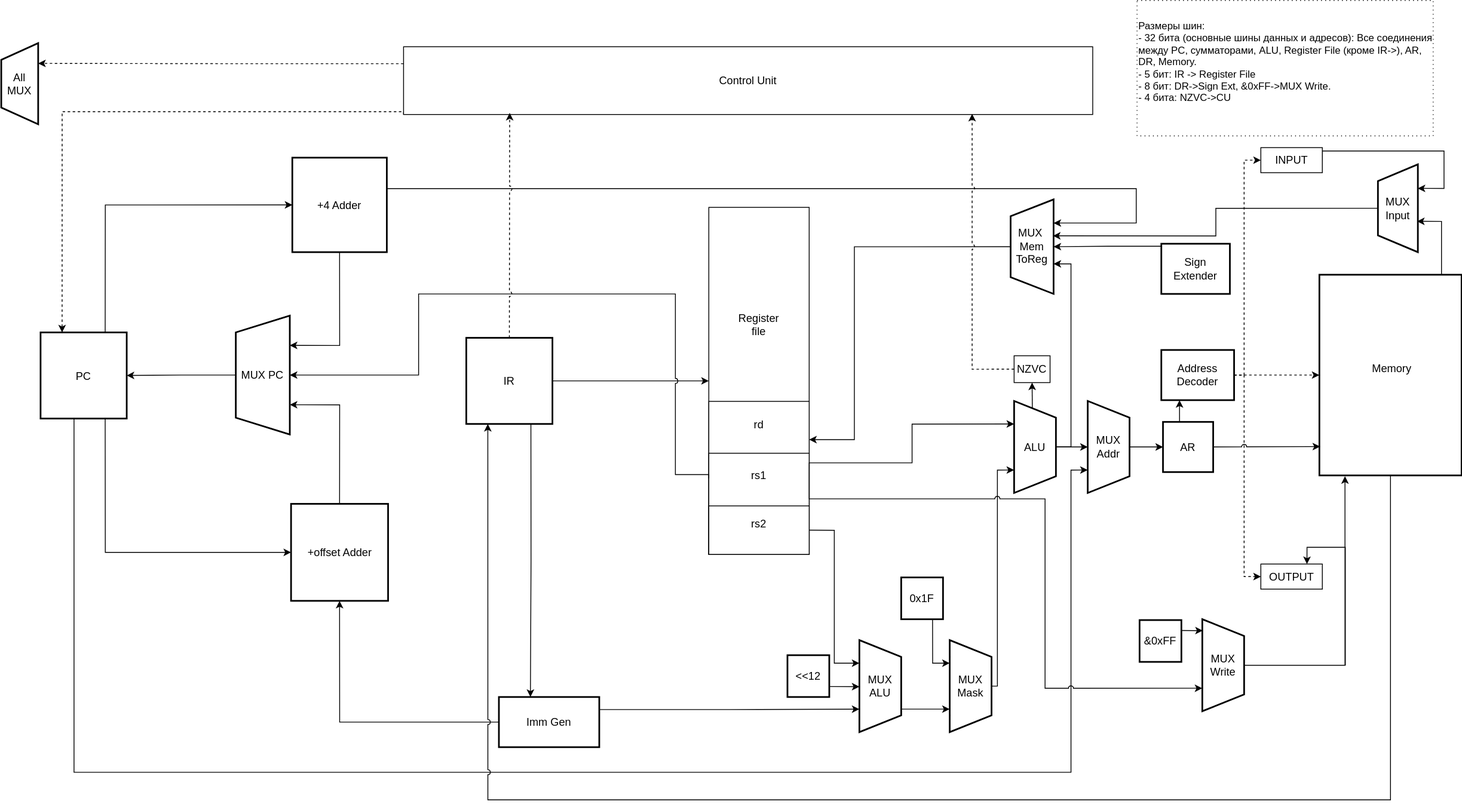
Earlier version of the draw.io export new_vers.drawio.svg (Cass11037/csa-scheme). Source tidied: cells renumbered, new cells last; positions are measured from the earlier drawing's top-left corner, leaving out a move shared by most shapes.
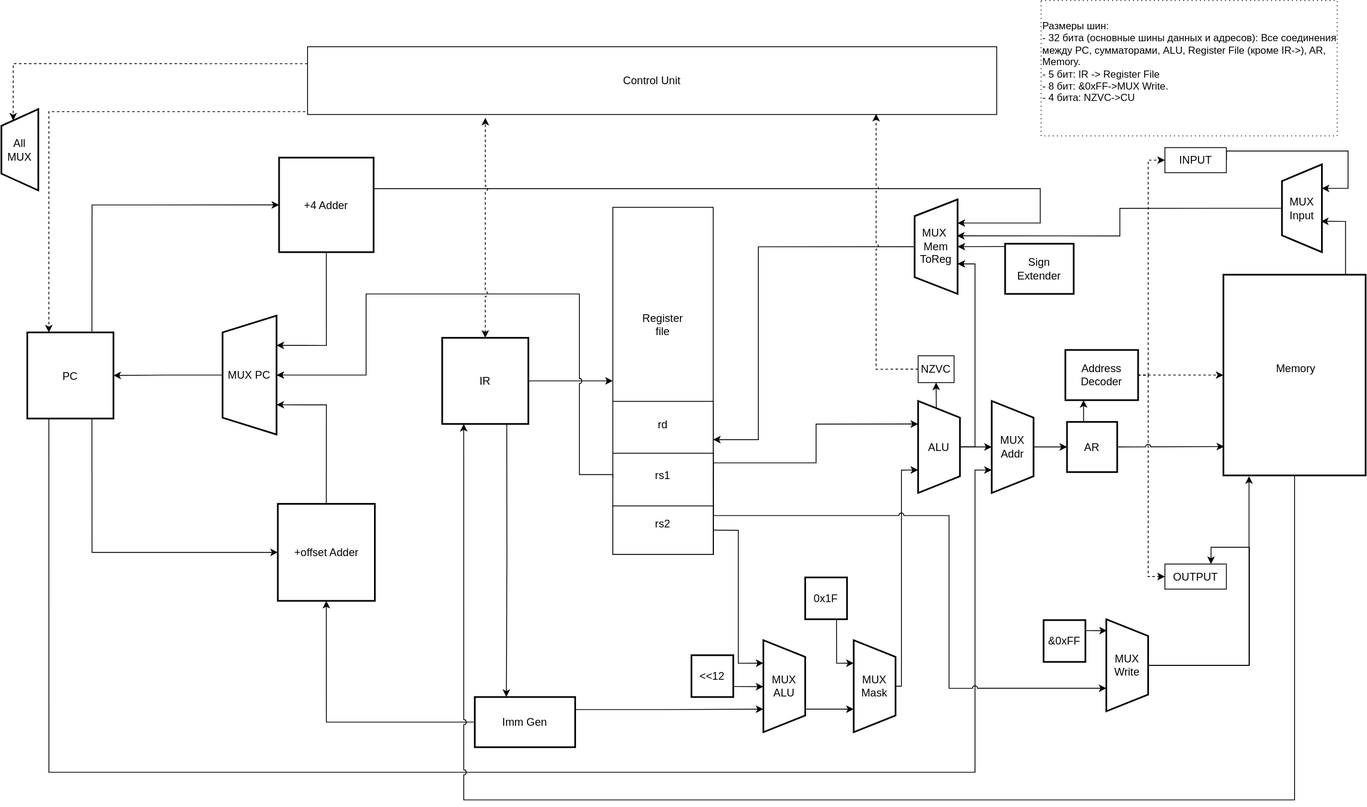
After the commit.

Commit message:
fix(desc): changed escription

Diff of the diagram source:
```diff
@@ -5,10 +5,9 @@
     <mxCell id="2" style="edgeStyle=orthogonalEdgeStyle;rounded=0;jettySize=auto;html=1;exitX=0.25;exitY=1;exitDx=0;exitDy=0;entryX=0.75;entryY=1;entryDx=0;entryDy=0;jumpStyle=arc;" parent="1" edge="1" source="5" target="37">
       <mxGeometry relative="1" as="geometry">
         <Array as="points">
-          <mxPoint x="87" y="500" />
-          <mxPoint x="87" y="923" />
+          <mxPoint x="172" y="923" />
           <mxPoint x="1279" y="923" />
-          <mxPoint x="1279" y="562" />
+          <mxPoint x="1279" y="561" />
         </Array>
       </mxGeometry>
     </mxCell>
@@ -19,7 +18,7 @@
       <mxGeometry relative="1" as="geometry" />
     </mxCell>
     <mxCell id="5" value="PC" style="rounded=0;whiteSpace=wrap;html=1;strokeWidth=2;imageWidth=24;imageHeight=24;fontSize=13;" parent="1" vertex="1">
-      <mxGeometry x="47" y="397" width="103" height="103" as="geometry" />
+      <mxGeometry x="146" y="397" width="103" height="103" as="geometry" />
     </mxCell>
     <mxCell id="6" style="edgeStyle=orthogonalEdgeStyle;rounded=0;jettySize=auto;html=1;exitX=0.5;exitY=1;exitDx=0;exitDy=0;entryX=0.75;entryY=1;entryDx=0;entryDy=0;" parent="1" edge="1" source="8" target="12">
       <mxGeometry relative="1" as="geometry" />
@@ -34,19 +33,19 @@
       </mxGeometry>
     </mxCell>
     <mxCell id="8" value="+4 Adder" style="rounded=0;whiteSpace=wrap;html=1;strokeWidth=2;imageWidth=24;imageHeight=24;fontSize=13;" parent="1" vertex="1">
-      <mxGeometry x="348" y="188" width="113" height="113" as="geometry" />
+      <mxGeometry x="447" y="188" width="113" height="113" as="geometry" />
     </mxCell>
     <mxCell id="9" style="edgeStyle=orthogonalEdgeStyle;rounded=0;jettySize=auto;html=1;exitX=0.5;exitY=0;exitDx=0;exitDy=0;entryX=0.25;entryY=1;entryDx=0;entryDy=0;" parent="1" edge="1" source="10" target="12">
       <mxGeometry relative="1" as="geometry" />
     </mxCell>
     <mxCell id="10" value="+offset Adder" style="rounded=0;whiteSpace=wrap;html=1;strokeWidth=2;imageWidth=24;imageHeight=24;fontSize=13;" parent="1" vertex="1">
-      <mxGeometry x="346.5" y="602" width="116" height="116" as="geometry" />
+      <mxGeometry x="445.5" y="602" width="116" height="116" as="geometry" />
     </mxCell>
     <mxCell id="11" style="edgeStyle=orthogonalEdgeStyle;rounded=0;jettySize=auto;html=1;exitX=0.5;exitY=0;exitDx=0;exitDy=0;entryX=1;entryY=0.5;entryDx=0;entryDy=0;" parent="1" edge="1" source="12" target="5">
       <mxGeometry relative="1" as="geometry" />
     </mxCell>
     <mxCell id="12" value="MUX PC" style="shape=trapezoid;perimeter=trapezoidPerimeter;whiteSpace=wrap;html=1;fixedSize=1;strokeWidth=2;direction=north;fontSize=13;" parent="1" vertex="1">
-      <mxGeometry x="280.4" y="377" width="64.5" height="142" as="geometry" />
+      <mxGeometry x="379.4" y="377" width="64.5" height="142" as="geometry" />
     </mxCell>
     <mxCell id="13" style="edgeStyle=orthogonalEdgeStyle;rounded=0;orthogonalLoop=1;jettySize=auto;html=1;exitX=0.5;exitY=1;exitDx=0;exitDy=0;" parent="1" edge="1" source="8" target="8">
       <mxGeometry relative="1" as="geometry" />
@@ -88,7 +87,7 @@
       <mxGeometry relative="1" as="geometry" />
     </mxCell>
     <mxCell id="26" value="IR" style="rounded=0;whiteSpace=wrap;html=1;strokeWidth=2;imageWidth=24;imageHeight=24;fontSize=13;" parent="1" vertex="1">
-      <mxGeometry x="556" y="403.5" width="103" height="103" as="geometry" />
+      <mxGeometry x="642" y="403.5" width="103" height="103" as="geometry" />
     </mxCell>
     <mxCell id="27" style="edgeStyle=orthogonalEdgeStyle;rounded=0;jettySize=auto;html=1;exitX=0;exitY=0.5;exitDx=0;exitDy=0;entryX=0.5;entryY=1;entryDx=0;entryDy=0;jumpStyle=gap;" parent="1" edge="1" source="29" target="10">
       <mxGeometry relative="1" as="geometry" />
@@ -97,7 +96,7 @@
       <mxGeometry relative="1" as="geometry" />
     </mxCell>
     <mxCell id="29" value="&amp;nbsp;&lt;br&gt;Imm Gen&lt;div&gt;&lt;br&gt;&lt;/div&gt;" style="rounded=0;whiteSpace=wrap;html=1;strokeWidth=2;fontSize=13;" parent="1" vertex="1">
-      <mxGeometry x="595" y="833" width="120" height="60" as="geometry" />
+      <mxGeometry x="681" y="833" width="120" height="60" as="geometry" />
     </mxCell>
     <mxCell id="30" style="edgeStyle=orthogonalEdgeStyle;rounded=0;jettySize=auto;html=1;exitX=0.75;exitY=0;exitDx=0;exitDy=0;entryX=0.75;entryY=1;entryDx=0;entryDy=0;" parent="1" edge="1" source="31" target="58">
       <mxGeometry relative="1" as="geometry" />
@@ -163,7 +162,7 @@
       <mxGeometry relative="1" as="geometry">
         <Array as="points">
           <mxPoint x="1661" y="956" />
-          <mxPoint x="582" y="956" />
+          <mxPoint x="668" y="956" />
         </Array>
       </mxGeometry>
     </mxCell>
@@ -221,8 +220,8 @@
           <mxPoint x="846" y="567" />
           <mxPoint x="806" y="567" />
           <mxPoint x="806" y="351" />
-          <mxPoint x="499" y="351" />
-          <mxPoint x="499" y="448" />
+          <mxPoint x="551" y="351" />
+          <mxPoint x="551" y="448" />
         </Array>
       </mxGeometry>
     </mxCell>
@@ -276,8 +275,8 @@
     <mxCell id="67" style="edgeStyle=orthogonalEdgeStyle;rounded=0;jettySize=auto;html=1;exitX=1;exitY=0.25;exitDx=0;exitDy=0;entryX=0.75;entryY=1;entryDx=0;entryDy=0;jumpStyle=arc;" parent="1" edge="1" source="18" target="65">
       <mxGeometry relative="1" as="geometry">
         <Array as="points">
-          <mxPoint x="966" y="596" />
-          <mxPoint x="1248" y="596" />
+          <mxPoint x="966" y="616" />
+          <mxPoint x="1248" y="616" />
           <mxPoint x="1248" y="822" />
         </Array>
       </mxGeometry>
@@ -291,16 +290,20 @@
       </mxGeometry>
     </mxCell>
     <mxCell id="69" value="Sign Extender" style="rounded=0;whiteSpace=wrap;html=1;strokeWidth=2;fontSize=13;" parent="1" vertex="1">
-      <mxGeometry x="1387" y="291" width="82" height="60" as="geometry" />
+      <mxGeometry x="1315" y="291" width="82" height="60" as="geometry" />
     </mxCell>
-    <mxCell id="70" style="edgeStyle=orthogonalEdgeStyle;rounded=0;jettySize=auto;html=1;exitX=0;exitY=0.25;exitDx=0;exitDy=0;dashed=1;entryX=0.75;entryY=1;entryDx=0;entryDy=0;" parent="1" edge="1" source="72" target="73">
-      <mxGeometry relative="1" as="geometry" />
+    <mxCell id="70" style="edgeStyle=orthogonalEdgeStyle;rounded=0;jettySize=auto;html=1;exitX=0;exitY=0.25;exitDx=0;exitDy=0;dashed=1;entryX=1;entryY=0.25;entryDx=0;entryDy=0;" parent="1" edge="1" source="72" target="73">
+      <mxGeometry relative="1" as="geometry">
+        <Array as="points">
+          <mxPoint x="129" y="76" />
+        </Array>
+      </mxGeometry>
     </mxCell>
     <mxCell id="71" style="edgeStyle=orthogonalEdgeStyle;rounded=0;jettySize=auto;html=1;exitX=0;exitY=1;exitDx=0;exitDy=0;entryX=0.25;entryY=0;entryDx=0;entryDy=0;dashed=1;" parent="1" edge="1" source="72" target="5">
       <mxGeometry relative="1" as="geometry">
         <Array as="points">
           <mxPoint x="481" y="133" />
-          <mxPoint x="73" y="133" />
+          <mxPoint x="172" y="133" />
         </Array>
       </mxGeometry>
     </mxCell>
@@ -308,15 +311,15 @@
       <mxGeometry x="481" y="55.4" width="824" height="81" as="geometry" />
     </mxCell>
     <mxCell id="73" value="All MUX" style="shape=trapezoid;perimeter=trapezoidPerimeter;whiteSpace=wrap;html=1;fixedSize=1;strokeWidth=2;direction=north;fontSize=13;" parent="1" vertex="1">
-      <mxGeometry y="51" width="44.1" height="97.1" as="geometry" />
+      <mxGeometry x="115" y="130" width="44.1" height="97.1" as="geometry" />
     </mxCell>
     <mxCell id="74" style="edgeStyle=orthogonalEdgeStyle;rounded=0;jettySize=auto;html=1;exitX=1;exitY=0.5;exitDx=0;exitDy=0;entryX=0.825;entryY=0.991;entryDx=0;entryDy=0;entryPerimeter=0;dashed=1;jumpStyle=arc;" parent="1" edge="1" source="61" target="72">
       <mxGeometry relative="1" as="geometry" />
     </mxCell>
-    <mxCell id="75" style="edgeStyle=orthogonalEdgeStyle;rounded=0;jettySize=auto;html=1;exitX=0.5;exitY=0;exitDx=0;exitDy=0;entryX=0.154;entryY=0.976;entryDx=0;entryDy=0;entryPerimeter=0;dashed=1;jumpStyle=arc;" parent="1" edge="1" source="26" target="72">
+    <mxCell id="75" style="edgeStyle=orthogonalEdgeStyle;rounded=0;jettySize=auto;html=1;exitX=0.5;exitY=0;exitDx=0;exitDy=0;entryX=0.258;entryY=1.05;entryDx=0;entryDy=0;dashed=1;jumpStyle=arc;entryPerimeter=0;startArrow=classic;startFill=1;" parent="1" edge="1" source="26" target="72">
       <mxGeometry relative="1" as="geometry" />
     </mxCell>
-    <mxCell id="76" value="&lt;div&gt;Размеры шин:&lt;/div&gt;&lt;div&gt;- 32 бита (основные шины данных и адресов):&amp;nbsp;&lt;span style=&quot;background-color: transparent; color: light-dark(rgb(0, 0, 0), rgb(255, 255, 255));&quot;&gt;Все соединения между PC, сумматорами, ALU, Register File (кроме IR-&amp;gt;), AR, DR, Memory.&lt;/span&gt;&lt;/div&gt;&lt;div&gt;- 5 бит: IR -&amp;gt; Register File&lt;/div&gt;&lt;div&gt;- 8 бит: DR-&amp;gt;&lt;span style=&quot;background-color: transparent; color: light-dark(rgb(0, 0, 0), rgb(255, 255, 255));&quot;&gt;Sign Ext, &amp;amp;0xFF-&amp;gt;MUX Write.&lt;/span&gt;&lt;/div&gt;&lt;div&gt;- 4 бита: NZVC-&amp;gt;CU&lt;/div&gt;&lt;div&gt;&lt;br&gt;&lt;/div&gt;" style="text;html=1;whiteSpace=wrap;strokeColor=default;fillColor=none;align=left;verticalAlign=middle;rounded=0;dashed=1;dashPattern=1 4;" parent="1" vertex="1">
+    <mxCell id="76" value="&lt;div&gt;Размеры шин:&lt;/div&gt;&lt;div&gt;- 32 бита (основные шины данных и адресов):&amp;nbsp;&lt;span style=&quot;background-color: transparent; color: light-dark(rgb(0, 0, 0), rgb(255, 255, 255));&quot;&gt;Все соединения между PC, сумматорами, ALU, Register File (кроме IR-&amp;gt;), AR, Memory.&lt;/span&gt;&lt;/div&gt;&lt;div&gt;- 5 бит: IR -&amp;gt; Register File&lt;/div&gt;&lt;div&gt;- 8 бит:&lt;span style=&quot;background-color: transparent; color: light-dark(rgb(0, 0, 0), rgb(255, 255, 255));&quot;&gt;&amp;nbsp;&amp;amp;0xFF-&amp;gt;MUX Write.&lt;/span&gt;&lt;/div&gt;&lt;div&gt;- 4 бита: NZVC-&amp;gt;CU&lt;/div&gt;&lt;div&gt;&lt;br&gt;&lt;/div&gt;" style="text;html=1;whiteSpace=wrap;strokeColor=default;fillColor=none;align=left;verticalAlign=middle;rounded=0;dashed=1;dashPattern=1 4;" parent="1" vertex="1">
       <mxGeometry x="1358" width="354" height="162" as="geometry" />
     </mxCell>
     <mxCell id="77" value="MUX&lt;div&gt;Input&lt;/div&gt;" style="shape=trapezoid;perimeter=trapezoidPerimeter;whiteSpace=wrap;html=1;fixedSize=1;strokeWidth=2;direction=north;fontSize=13;" parent="1" vertex="1">
```
